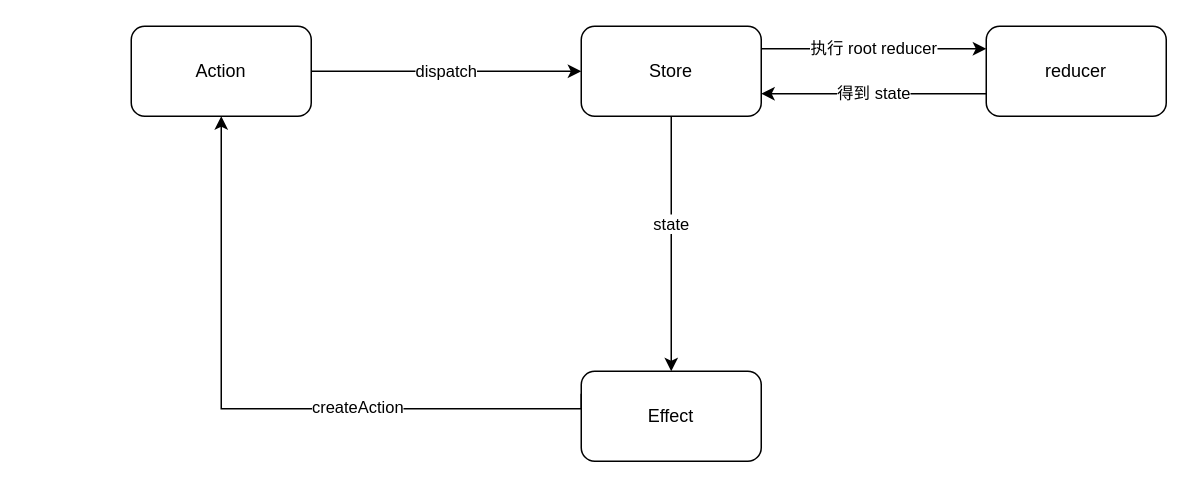
Before: redux.drawio in FE-Sadhu/diagram, a draw.io diagram. Source tidied: cells renumbered, new cells numbered last; positions are measured from the earlier drawing's top-left corner, leaving out a move shared by most shapes. Both pictures are drawn from the tidied source at 150%, with x=0, y=0 at pixel (130, 26).
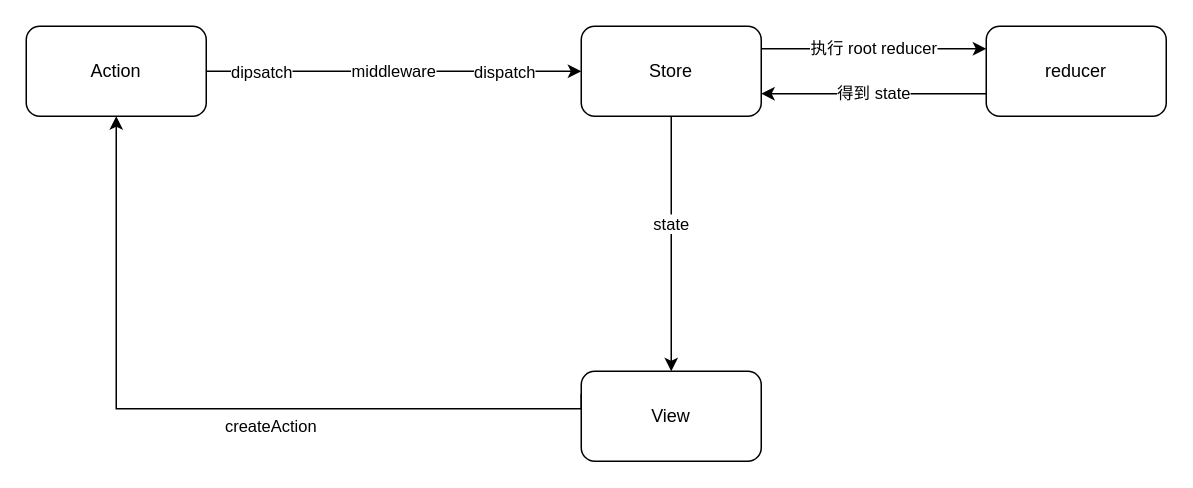
After the change.

The change refers to these unchanged cells:
```xml
<mxCell id="5" value="Store" style="rounded=1;whiteSpace=wrap;html=1;" parent="1" vertex="1">
  <mxGeometry x="300" width="120" height="60" as="geometry" />
</mxCell>
```

Change to the diagram source:
```diff
@@
     <mxCell id="8" style="edgeStyle=orthogonalEdgeStyle;rounded=0;jettySize=auto;html=1;exitX=0;exitY=0.25;exitDx=0;exitDy=0;entryX=0.5;entryY=1;entryDx=0;entryDy=0;" parent="1" edge="1" source="10" target="12">
       <mxGeometry relative="1" as="geometry">
         <Array as="points">
-          <mxPoint x="60" y="255" />
+          <mxPoint x="300" y="255" />
+          <mxPoint x="-10" y="255" />
         </Array>
       </mxGeometry>
     </mxCell>
@@
-    <mxCell id="10" value="Effect" style="rounded=1;whiteSpace=wrap;html=1;" parent="1" vertex="1">
+    <mxCell id="10" value="View" style="rounded=1;whiteSpace=wrap;html=1;" parent="1" vertex="1">
       <mxGeometry x="300" y="230" width="120" height="60" as="geometry" />
     </mxCell>
-    <mxCell id="11" value="dispatch" style="edgeStyle=orthogonalEdgeStyle;rounded=0;jettySize=auto;html=1;exitX=1;exitY=0.5;exitDx=0;exitDy=0;entryX=0;entryY=0.5;entryDx=0;entryDy=0;" parent="1" edge="1" source="12" target="5">
+    <mxCell id="11" value="middleware" style="edgeStyle=orthogonalEdgeStyle;rounded=0;jettySize=auto;html=1;exitX=1;exitY=0.5;exitDx=0;exitDy=0;entryX=0;entryY=0.5;entryDx=0;entryDy=0;" parent="1" edge="1" source="12" target="5">
       <mxGeometry relative="1" as="geometry" />
     </mxCell>
+    <mxCell id="13" value="dipsatch" style="edgeLabel;html=1;align=center;verticalAlign=middle;" parent="11" vertex="1">
+      <mxGeometry x="-0.71" y="-1" relative="1" as="geometry">
+        <mxPoint y="-1" as="offset" />
+      </mxGeometry>
+    </mxCell>
+    <mxCell id="14" value="dispatch" style="edgeLabel;html=1;align=center;verticalAlign=middle;" parent="11" vertex="1">
+      <mxGeometry x="0.58" y="-3" relative="1" as="geometry">
+        <mxPoint y="-3" as="offset" />
+      </mxGeometry>
+    </mxCell>
     <mxCell id="12" value="Action" style="rounded=1;whiteSpace=wrap;html=1;" parent="1" vertex="1">
-      <mxGeometry width="120" height="60" as="geometry" />
+      <mxGeometry x="-70" width="120" height="60" as="geometry" />
     </mxCell>
```
